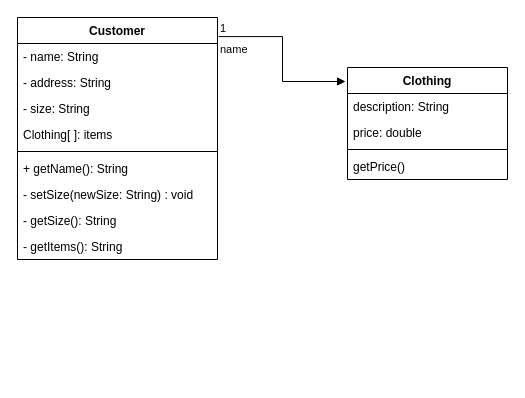
Before: Mochila do Viajante/Quarto Bimestre/Programacao Orientada a Objetos/checkPoint01/Sem Título.drawio in antoniovbraz/DH, a draw.io diagram. Source tidied: cells renumbered, new cells numbered last; positions are measured from the earlier drawing's top-left corner, leaving out a move shared by most shapes. Both pictures are drawn from the tidied source at 100%, with x=0, y=0 at pixel (17, 17).
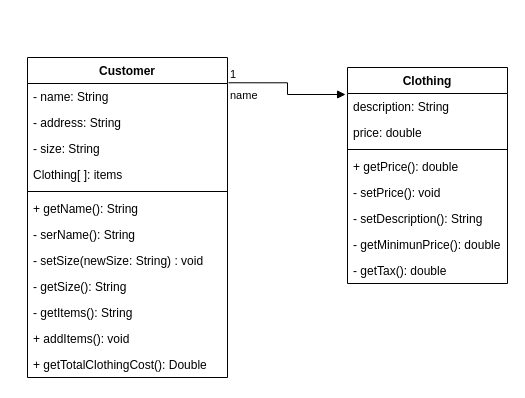
The same page after the edit.

Change to the diagram source:
```diff
@@
     <mxCell id="2" value="Customer" style="swimlane;fontStyle=1;align=center;verticalAlign=top;horizontal=1;startSize=26;" parent="1" vertex="1">
-      <mxGeometry width="200" height="242" as="geometry" />
+      <mxGeometry x="10" y="40" width="200" height="320" as="geometry" />
     </mxCell>
@@
+    <mxCell id="19" value="- serName(): String" style="text;strokeColor=none;fillColor=none;align=left;verticalAlign=top;spacingLeft=4;spacingRight=4;overflow=hidden;" parent="2" vertex="1">
+      <mxGeometry y="164" width="200" height="26" as="geometry" />
+    </mxCell>
     <mxCell id="9" value="- setSize(newSize: String) : void" style="text;strokeColor=none;fillColor=none;align=left;verticalAlign=top;spacingLeft=4;spacingRight=4;overflow=hidden;" parent="2" vertex="1">
-      <mxGeometry y="164" width="200" height="26" as="geometry" />
+      <mxGeometry y="190" width="200" height="26" as="geometry" />
     </mxCell>
     <mxCell id="10" value="- getSize(): String" style="text;strokeColor=none;fillColor=none;align=left;verticalAlign=top;spacingLeft=4;spacingRight=4;overflow=hidden;" parent="2" vertex="1">
-      <mxGeometry y="190" width="200" height="26" as="geometry" />
+      <mxGeometry y="216" width="200" height="26" as="geometry" />
     </mxCell>
     <mxCell id="11" value="- getItems(): String" style="text;strokeColor=none;fillColor=none;align=left;verticalAlign=top;spacingLeft=4;spacingRight=4;overflow=hidden;" parent="2" vertex="1">
-      <mxGeometry y="216" width="200" height="26" as="geometry" />
+      <mxGeometry y="242" width="200" height="26" as="geometry" />
     </mxCell>
+    <mxCell id="20" value="+ addItems(): void" style="text;strokeColor=none;fillColor=none;align=left;verticalAlign=top;spacingLeft=4;spacingRight=4;overflow=hidden;" parent="2" vertex="1">
+      <mxGeometry y="268" width="200" height="26" as="geometry" />
+    </mxCell>
+    <mxCell id="21" value="+ getTotalClothingCost(): Double" style="text;strokeColor=none;fillColor=none;align=left;verticalAlign=top;spacingLeft=4;spacingRight=4;overflow=hidden;" parent="2" vertex="1">
+      <mxGeometry y="294" width="200" height="26" as="geometry" />
+    </mxCell>
     <mxCell id="12" value="Clothing" style="swimlane;fontStyle=1;align=center;verticalAlign=top;horizontal=1;startSize=26;" parent="1" vertex="1">
-      <mxGeometry x="330" y="50" width="160" height="112" as="geometry" />
+      <mxGeometry x="330" y="50" width="160" height="216" as="geometry" />
     </mxCell>
@@
-    <mxCell id="16" value="getPrice()" style="text;strokeColor=none;fillColor=none;align=left;verticalAlign=top;spacingLeft=4;spacingRight=4;overflow=hidden;" parent="12" vertex="1">
+    <mxCell id="16" value="+ getPrice(): double" style="text;strokeColor=none;fillColor=none;align=left;verticalAlign=top;spacingLeft=4;spacingRight=4;overflow=hidden;" parent="12" vertex="1">
       <mxGeometry y="86" width="160" height="26" as="geometry" />
     </mxCell>
+    <mxCell id="22" value="- setPrice(): void" style="text;strokeColor=none;fillColor=none;align=left;verticalAlign=top;spacingLeft=4;spacingRight=4;overflow=hidden;" parent="12" vertex="1">
+      <mxGeometry y="112" width="160" height="26" as="geometry" />
+    </mxCell>
+    <mxCell id="23" value="- setDescription(): String" style="text;strokeColor=none;fillColor=none;align=left;verticalAlign=top;spacingLeft=4;spacingRight=4;overflow=hidden;" parent="12" vertex="1">
+      <mxGeometry y="138" width="160" height="26" as="geometry" />
+    </mxCell>
+    <mxCell id="24" value="- getMinimunPrice(): double" style="text;strokeColor=none;fillColor=none;align=left;verticalAlign=top;spacingLeft=4;spacingRight=4;overflow=hidden;" parent="12" vertex="1">
+      <mxGeometry y="164" width="160" height="26" as="geometry" />
+    </mxCell>
+    <mxCell id="25" value="- getTax(): double" style="text;strokeColor=none;fillColor=none;align=left;verticalAlign=top;spacingLeft=4;spacingRight=4;overflow=hidden;" parent="12" vertex="1">
+      <mxGeometry y="190" width="160" height="26" as="geometry" />
+    </mxCell>
```
